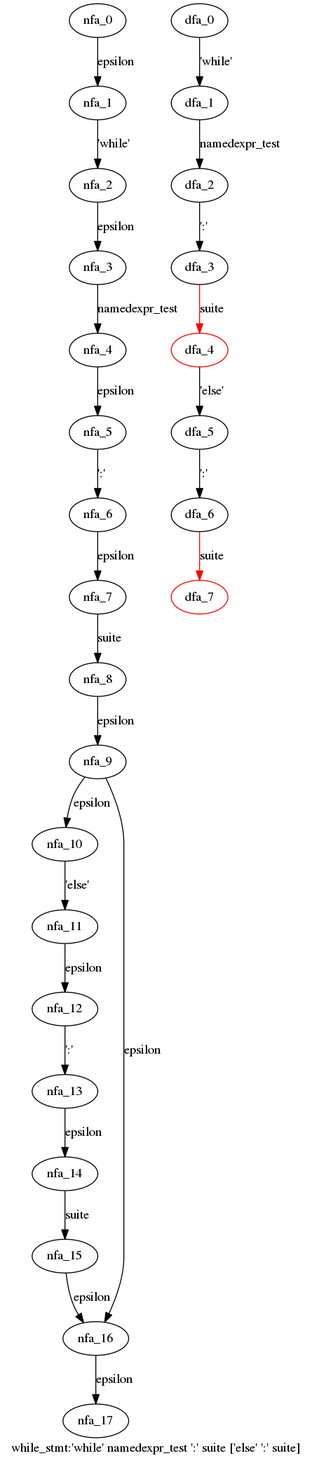
WinChua/blog keeps this Graphviz diagram as cpython/grammar/handwrite/nfa_dfas/42.while_stmt.dot.png. Above is the earlier version. Its source is kept beside it as cpython/grammar/handwrite/nfa_dfas/42.while_stmt.dot.
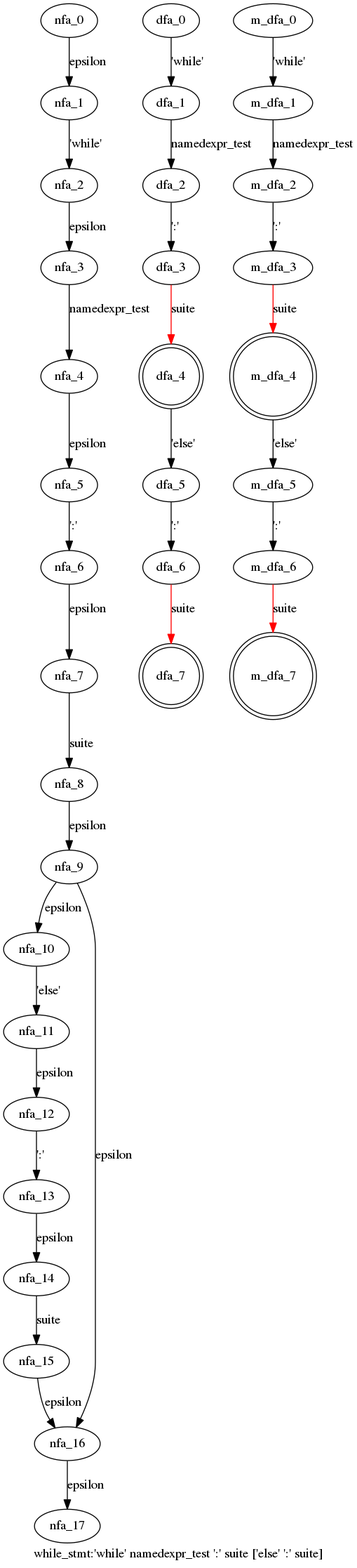
Later version of the same file.

Change to the diagram source:
```diff
@@ -28,7 +28,18 @@
   dfa_4->dfa_5[label="'else'"]
   dfa_5->dfa_6[label="':'"]
   dfa_6->dfa_7[label="suite",color=red]
-  dfa_4[color=red]
-  dfa_7[color=red]
+  dfa_4[shape=doublecircle]
+  dfa_7[shape=doublecircle]
+  }
+ subgraph while_stmt_m_dfa {
+  m_dfa_0->m_dfa_1[label="'while'"]
+  m_dfa_1->m_dfa_2[label="namedexpr_test"]
+  m_dfa_2->m_dfa_3[label="':'"]
+  m_dfa_3->m_dfa_4[label="suite",color=red]
+  m_dfa_4->m_dfa_5[label="'else'"]
+  m_dfa_5->m_dfa_6[label="':'"]
+  m_dfa_6->m_dfa_7[label="suite",color=red]
+  m_dfa_4[shape=doublecircle]
+  m_dfa_7[shape=doublecircle]
   }
 }
```
